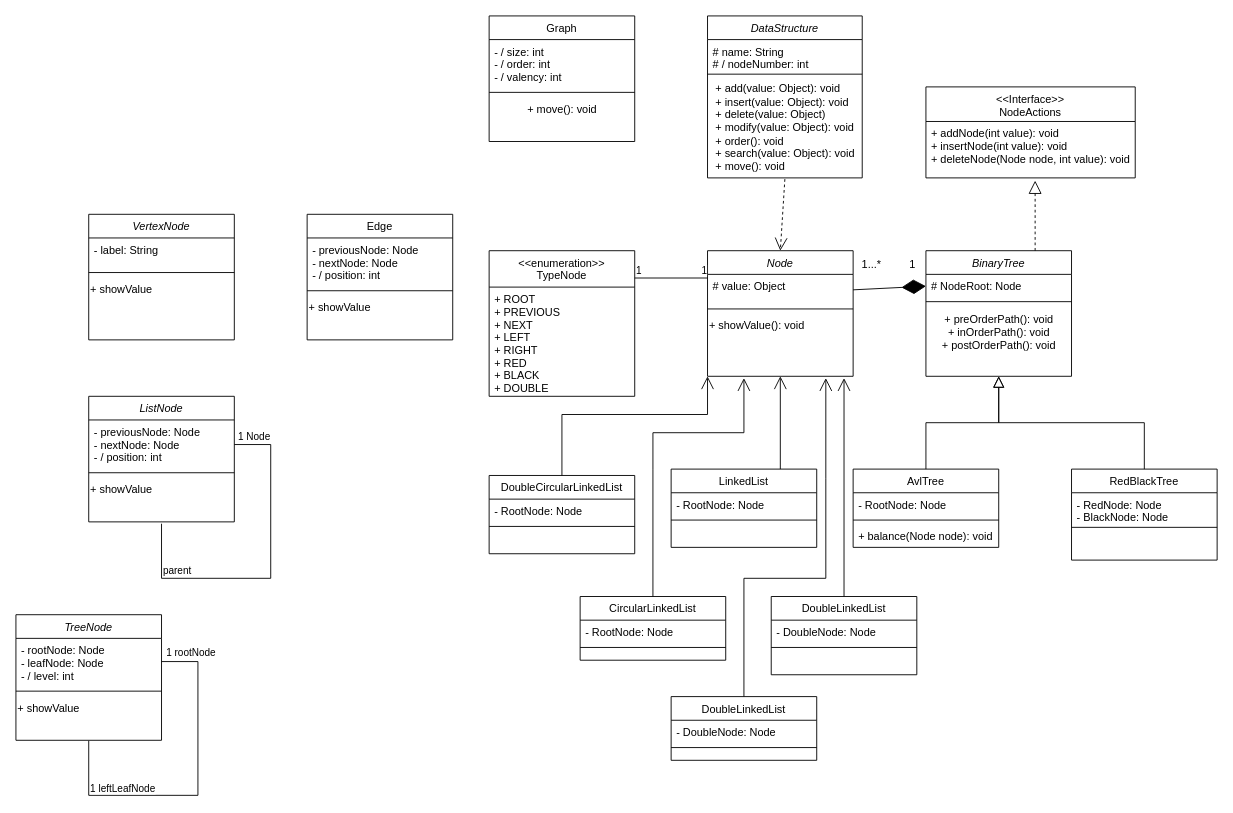
Before: BinaryTreeUMLDiagram.drawio in GabrielCevallos/DataBase, a draw.io diagram. Source tidied: cells renumbered, new cells numbered last; positions are measured from the earlier drawing's top-left corner, leaving out a move shared by most shapes. Both pictures are drawn from the tidied source at 91%, with x=0, y=0 at pixel (15, 15).
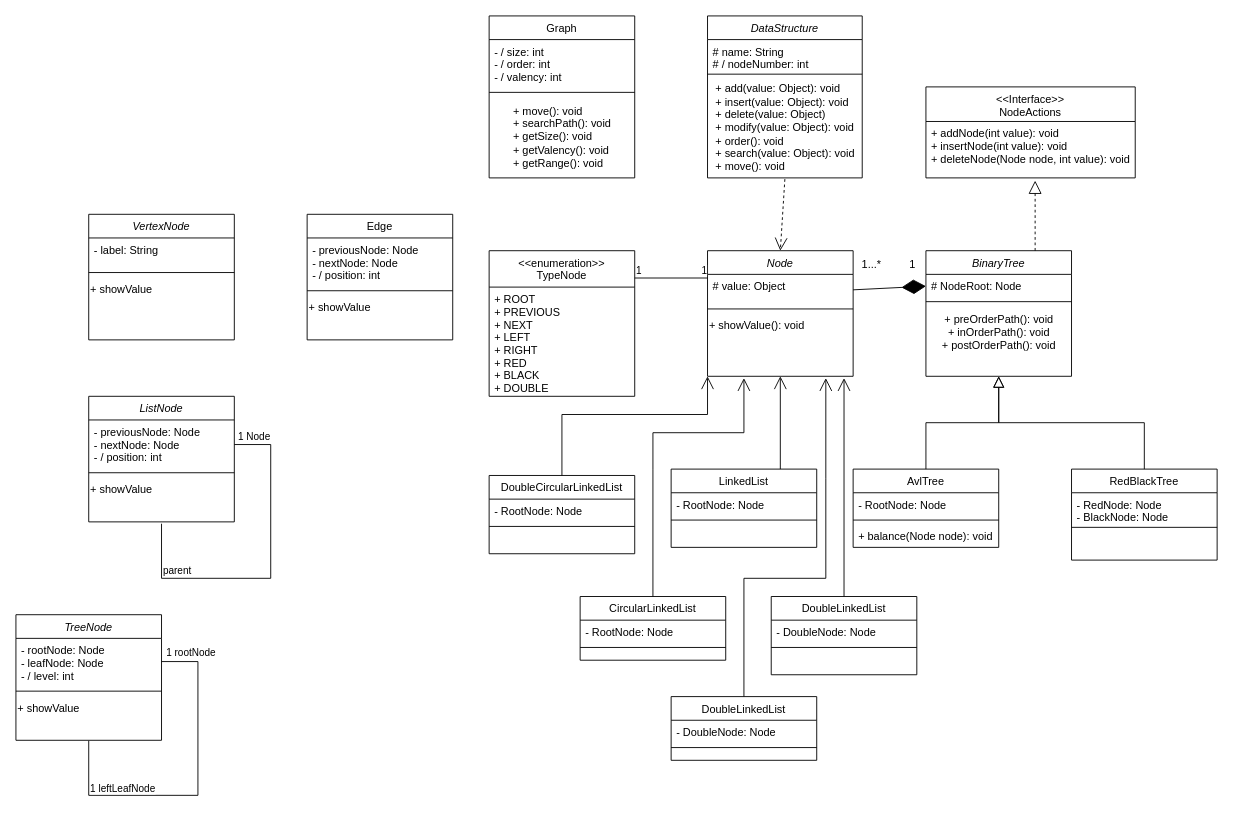
Above is the later version.

Diff of the diagram source:
```diff
@@
     <mxCell id="55" value="Graph" style="swimlane;fontStyle=0;align=center;verticalAlign=top;horizontal=1;startSize=26;rounded=0;shadow=0;strokeWidth=1;" parent="1" vertex="1">
-      <mxGeometry x="520" width="160" height="138" as="geometry" />
+      <mxGeometry x="520" width="160" height="178" as="geometry" />
     </mxCell>
@@
-    <mxCell id="58" value="+ move(): void" style="text;html=1;align=center;verticalAlign=middle;strokeColor=none;fillColor=none;" parent="55" vertex="1">
-      <mxGeometry y="88" width="160" height="30" as="geometry" />
+    <mxCell id="58" value="&lt;div style=&quot;text-align: justify;&quot;&gt;&lt;span style=&quot;background-color: initial;&quot;&gt;+ move(): void&lt;/span&gt;&lt;/div&gt;&lt;div style=&quot;text-align: justify;&quot;&gt;+ searchPath(): void&lt;/div&gt;&lt;div style=&quot;text-align: justify;&quot;&gt;+ getSize(): void&lt;/div&gt;&lt;div style=&quot;text-align: justify;&quot;&gt;+ getValency(): void&lt;/div&gt;&lt;div style=&quot;text-align: justify;&quot;&gt;+ getRange(): void&lt;/div&gt;" style="text;html=1;align=center;verticalAlign=middle;strokeColor=none;fillColor=none;" parent="55" vertex="1">
+      <mxGeometry y="88" width="160" height="90" as="geometry" />
     </mxCell>
```
